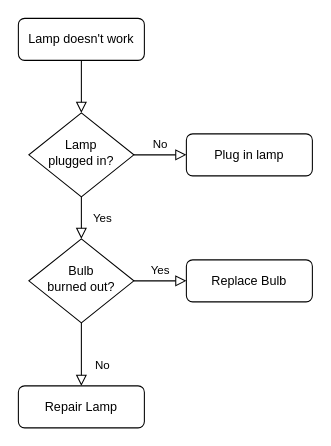
This is Untitled Diagram.drawio from Fidel-dev/Flowchart, a draw.io file, before an edit. Source tidied: cells renumbered, new cells numbered last; positions are measured from the earlier drawing's top-left corner, leaving out a move shared by most shapes. Both pictures are drawn from the tidied source at 105%, with x=0, y=0 at pixel (18, 18).
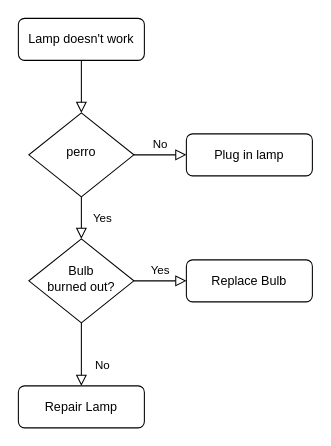
The same diagram, later.

The edit, as a diff of the source:
```diff
@@
 <mxGraphModel>
   <root>
     <mxCell id="0" />
     <mxCell id="1" parent="0" />
     <mxCell id="2" style="rounded=0;html=1;jettySize=auto;fontSize=11;endArrow=block;endFill=0;endSize=8;strokeWidth=1;shadow=0;labelBackgroundColor=none;edgeStyle=orthogonalEdgeStyle;" parent="1" edge="1" source="3" target="6">
       <mxGeometry relative="1" as="geometry" />
     </mxCell>
     <mxCell id="3" value="Lamp doesn't work" style="rounded=1;whiteSpace=wrap;html=1;fontSize=12;glass=0;strokeWidth=1;shadow=0;" parent="1" vertex="1">
       <mxGeometry width="120" height="40" as="geometry" />
     </mxCell>
     <mxCell id="4" value="Yes" style="rounded=0;html=1;jettySize=auto;fontSize=11;endArrow=block;endFill=0;endSize=8;strokeWidth=1;shadow=0;labelBackgroundColor=none;edgeStyle=orthogonalEdgeStyle;" parent="1" edge="1" source="6" target="10">
       <mxGeometry y="20" relative="1" as="geometry" />
     </mxCell>
     <mxCell id="5" value="No" style="edgeStyle=orthogonalEdgeStyle;rounded=0;html=1;jettySize=auto;fontSize=11;endArrow=block;endFill=0;endSize=8;strokeWidth=1;shadow=0;labelBackgroundColor=none;" parent="1" edge="1" source="6" target="7">
       <mxGeometry y="10" relative="1" as="geometry" />
     </mxCell>
-    <mxCell id="6" value="Lamp&lt;br&gt;plugged in?" style="rhombus;whiteSpace=wrap;html=1;shadow=0;fontFamily=Helvetica;fontSize=12;align=center;strokeWidth=1;spacing=6;spacingTop=-4;" parent="1" vertex="1">
+    <mxCell id="6" value="perro" style="rhombus;whiteSpace=wrap;html=1;shadow=0;fontFamily=Helvetica;fontSize=12;align=center;strokeWidth=1;spacing=6;spacingTop=-4;" parent="1" vertex="1">
       <mxGeometry x="10" y="90" width="100" height="80" as="geometry" />
     </mxCell>
     <mxCell id="7" value="Plug in lamp" style="rounded=1;whiteSpace=wrap;html=1;fontSize=12;glass=0;strokeWidth=1;shadow=0;" parent="1" vertex="1">
       <mxGeometry x="160" y="110" width="120" height="40" as="geometry" />
     </mxCell>
     <mxCell id="8" value="No" style="rounded=0;html=1;jettySize=auto;fontSize=11;endArrow=block;endFill=0;endSize=8;strokeWidth=1;shadow=0;labelBackgroundColor=none;edgeStyle=orthogonalEdgeStyle;" parent="1" edge="1" source="10" target="11">
       <mxGeometry x="0.33" y="20" relative="1" as="geometry" />
     </mxCell>
     <mxCell id="9" value="Yes" style="edgeStyle=orthogonalEdgeStyle;rounded=0;html=1;jettySize=auto;fontSize=11;endArrow=block;endFill=0;endSize=8;strokeWidth=1;shadow=0;labelBackgroundColor=none;" parent="1" edge="1" source="10" target="12">
       <mxGeometry y="10" relative="1" as="geometry" />
     </mxCell>
     <mxCell id="10" value="Bulb&lt;br&gt;burned out?" style="rhombus;whiteSpace=wrap;html=1;shadow=0;fontFamily=Helvetica;fontSize=12;align=center;strokeWidth=1;spacing=6;spacingTop=-4;" parent="1" vertex="1">
       <mxGeometry x="10" y="210" width="100" height="80" as="geometry" />
     </mxCell>
     <mxCell id="11" value="Repair Lamp" style="rounded=1;whiteSpace=wrap;html=1;fontSize=12;glass=0;strokeWidth=1;shadow=0;" parent="1" vertex="1">
       <mxGeometry y="350" width="120" height="40" as="geometry" />
     </mxCell>
     <mxCell id="12" value="Replace Bulb" style="rounded=1;whiteSpace=wrap;html=1;fontSize=12;glass=0;strokeWidth=1;shadow=0;" parent="1" vertex="1">
       <mxGeometry x="160" y="230" width="120" height="40" as="geometry" />
     </mxCell>
   </root>
 </mxGraphModel>
```
